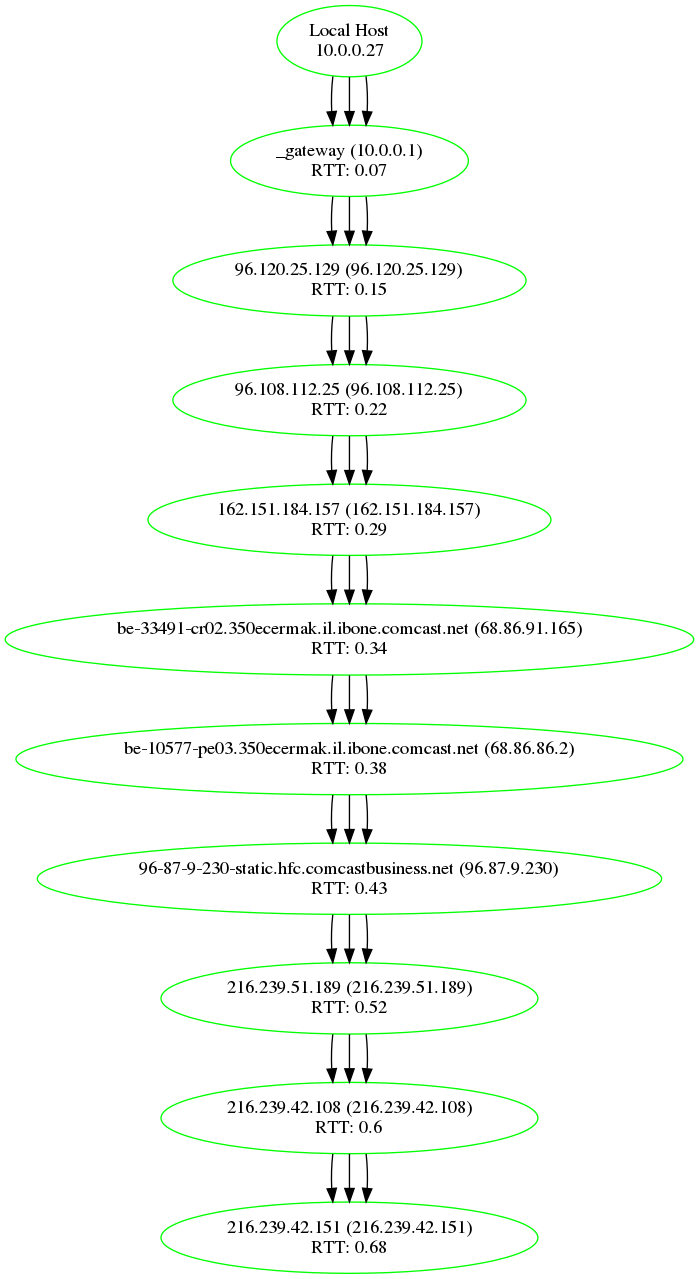
Before: graphviz/beyond_vis.gv.png, a diagram exported from Graphviz (rozelie/myNet). Its source is kept beside it as graphviz/beyond_vis.gv.
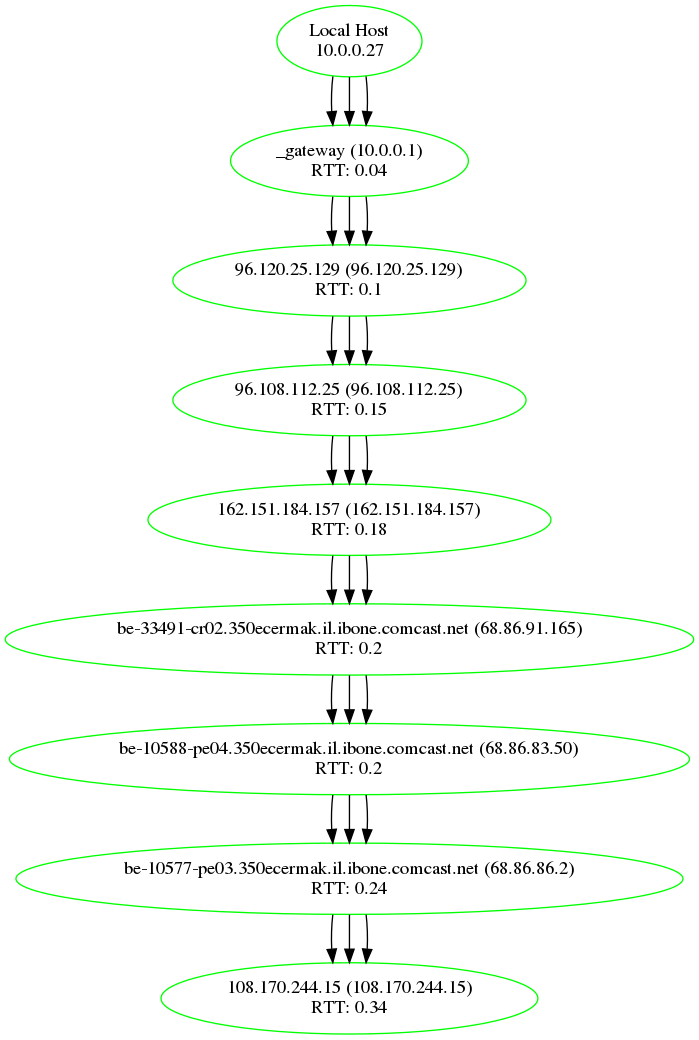
Above is the later version.

Commit message:
Fixed label issue in lan_viz

Diff of the diagram source:
```diff
@@ -3,93 +3,75 @@
 	"10.0.0.27" [label="Local Host
 10.0.0.27"]
 	"_gateway (10.0.0.1)" [label="_gateway (10.0.0.1)
-RTT: 0.07"]
+RTT: 0.04"]
 	"10.0.0.27" -> "_gateway (10.0.0.1)"
 	"96.120.25.129 (96.120.25.129)" [label="96.120.25.129 (96.120.25.129)
-RTT: 0.15"]
+RTT: 0.1"]
 	"_gateway (10.0.0.1)" -> "96.120.25.129 (96.120.25.129)"
 	"96.108.112.25 (96.108.112.25)" [label="96.108.112.25 (96.108.112.25)
-RTT: 0.22"]
+RTT: 0.16"]
 	"96.120.25.129 (96.120.25.129)" -> "96.108.112.25 (96.108.112.25)"
 	"162.151.184.157 (162.151.184.157)" [label="162.151.184.157 (162.151.184.157)
-RTT: 0.29"]
+RTT: 0.18"]
 	"96.108.112.25 (96.108.112.25)" -> "162.151.184.157 (162.151.184.157)"
 	"be-33491-cr02.350ecermak.il.ibone.comcast.net (68.86.91.165)" [label="be-33491-cr02.350ecermak.il.ibone.comcast.net (68.86.91.165)
+RTT: 0.2"]
+	"162.151.184.157 (162.151.184.157)" -> "be-33491-cr02.350ecermak.il.ibone.comcast.net (68.86.91.165)"
+	"be-10588-pe04.350ecermak.il.ibone.comcast.net (68.86.83.50)" [label="be-10588-pe04.350ecermak.il.ibone.comcast.net (68.86.83.50)
+RTT: 0.21"]
+	"be-33491-cr02.350ecermak.il.ibone.comcast.net (68.86.91.165)" -> "be-10588-pe04.350ecermak.il.ibone.comcast.net (68.86.83.50)"
+	"be-10577-pe03.350ecermak.il.ibone.comcast.net (68.86.86.2)" [label="be-10577-pe03.350ecermak.il.ibone.comcast.net (68.86.86.2)
+RTT: 0.24"]
+	"be-10588-pe04.350ecermak.il.ibone.comcast.net (68.86.83.50)" -> "be-10577-pe03.350ecermak.il.ibone.comcast.net (68.86.86.2)"
+	"108.170.244.15 (108.170.244.15)" [label="108.170.244.15 (108.170.244.15)
 RTT: 0.34"]
-	"162.151.184.157 (162.151.184.157)" -> "be-33491-cr02.350ecermak.il.ibone.comcast.net (68.86.91.165)"
-	"be-10577-pe03.350ecermak.il.ibone.comcast.net (68.86.86.2)" [label="be-10577-pe03.350ecermak.il.ibone.comcast.net (68.86.86.2)
-RTT: 0.39"]
-	"be-33491-cr02.350ecermak.il.ibone.comcast.net (68.86.91.165)" -> "be-10577-pe03.350ecermak.il.ibone.comcast.net (68.86.86.2)"
-	"96-87-9-230-static.hfc.comcastbusiness.net (96.87.9.230)" [label="96-87-9-230-static.hfc.comcastbusiness.net (96.87.9.230)
-RTT: 0.43"]
-	"be-10577-pe03.350ecermak.il.ibone.comcast.net (68.86.86.2)" -> "96-87-9-230-static.hfc.comcastbusiness.net (96.87.9.230)"
-	"216.239.51.189 (216.239.51.189)" [label="216.239.51.189 (216.239.51.189)
-RTT: 0.53"]
-	"96-87-9-230-static.hfc.comcastbusiness.net (96.87.9.230)" -> "216.239.51.189 (216.239.51.189)"
-	"216.239.42.108 (216.239.42.108)" [label="216.239.42.108 (216.239.42.108)
-RTT: 0.6"]
-	"216.239.51.189 (216.239.51.189)" -> "216.239.42.108 (216.239.42.108)"
-	"216.239.42.151 (216.239.42.151)" [label="216.239.42.151 (216.239.42.151)
-RTT: 0.68"]
-	"216.239.42.108 (216.239.42.108)" -> "216.239.42.151 (216.239.42.151)"
+	"be-10577-pe03.350ecermak.il.ibone.comcast.net (68.86.86.2)" -> "108.170.244.15 (108.170.244.15)"
 	"_gateway (10.0.0.1)" [label="_gateway (10.0.0.1)
 RTT: 0.05"]
 	"10.0.0.27" -> "_gateway (10.0.0.1)"
 	"96.120.25.129 (96.120.25.129)" [label="96.120.25.129 (96.120.25.129)
-RTT: 0.13"]
+RTT: 0.1"]
 	"_gateway (10.0.0.1)" -> "96.120.25.129 (96.120.25.129)"
 	"96.108.112.25 (96.108.112.25)" [label="96.108.112.25 (96.108.112.25)
-RTT: 0.2"]
+RTT: 0.16"]
 	"96.120.25.129 (96.120.25.129)" -> "96.108.112.25 (96.108.112.25)"
 	"162.151.184.157 (162.151.184.157)" [label="162.151.184.157 (162.151.184.157)
-RTT: 0.27"]
+RTT: 0.18"]
 	"96.108.112.25 (96.108.112.25)" -> "162.151.184.157 (162.151.184.157)"
 	"be-33491-cr02.350ecermak.il.ibone.comcast.net (68.86.91.165)" [label="be-33491-cr02.350ecermak.il.ibone.comcast.net (68.86.91.165)
-RTT: 0.32"]
+RTT: 0.21"]
 	"162.151.184.157 (162.151.184.157)" -> "be-33491-cr02.350ecermak.il.ibone.comcast.net (68.86.91.165)"
+	"be-10588-pe04.350ecermak.il.ibone.comcast.net (68.86.83.50)" [label="be-10588-pe04.350ecermak.il.ibone.comcast.net (68.86.83.50)
+RTT: 0.21"]
+	"be-33491-cr02.350ecermak.il.ibone.comcast.net (68.86.91.165)" -> "be-10588-pe04.350ecermak.il.ibone.comcast.net (68.86.83.50)"
 	"be-10577-pe03.350ecermak.il.ibone.comcast.net (68.86.86.2)" [label="be-10577-pe03.350ecermak.il.ibone.comcast.net (68.86.86.2)
-RTT: 0.36"]
-	"be-33491-cr02.350ecermak.il.ibone.comcast.net (68.86.91.165)" -> "be-10577-pe03.350ecermak.il.ibone.comcast.net (68.86.86.2)"
-	"96-87-9-230-static.hfc.comcastbusiness.net (96.87.9.230)" [label="96-87-9-230-static.hfc.comcastbusiness.net (96.87.9.230)
-RTT: 0.41"]
-	"be-10577-pe03.350ecermak.il.ibone.comcast.net (68.86.86.2)" -> "96-87-9-230-static.hfc.comcastbusiness.net (96.87.9.230)"
-	"216.239.51.189 (216.239.51.189)" [label="216.239.51.189 (216.239.51.189)
-RTT: 0.5"]
-	"96-87-9-230-static.hfc.comcastbusiness.net (96.87.9.230)" -> "216.239.51.189 (216.239.51.189)"
-	"216.239.42.108 (216.239.42.108)" [label="216.239.42.108 (216.239.42.108)
-RTT: 0.58"]
-	"216.239.51.189 (216.239.51.189)" -> "216.239.42.108 (216.239.42.108)"
-	"216.239.42.151 (216.239.42.151)" [label="216.239.42.151 (216.239.42.151)
-RTT: 0.66"]
-	"216.239.42.108 (216.239.42.108)" -> "216.239.42.151 (216.239.42.151)"
+RTT: 0.25"]
+	"be-10588-pe04.350ecermak.il.ibone.comcast.net (68.86.83.50)" -> "be-10577-pe03.350ecermak.il.ibone.comcast.net (68.86.86.2)"
+	"108.170.244.15 (108.170.244.15)" [label="108.170.244.15 (108.170.244.15)
+RTT: 0.34"]
+	"be-10577-pe03.350ecermak.il.ibone.comcast.net (68.86.86.2)" -> "108.170.244.15 (108.170.244.15)"
 	"_gateway (10.0.0.1)" [label="_gateway (10.0.0.1)
-RTT: 0.07"]
+RTT: 0.04"]
 	"10.0.0.27" -> "_gateway (10.0.0.1)"
 	"96.120.25.129 (96.120.25.129)" [label="96.120.25.129 (96.120.25.129)
-RTT: 0.15"]
+RTT: 0.1"]
 	"_gateway (10.0.0.1)" -> "96.120.25.129 (96.120.25.129)"
 	"96.108.112.25 (96.108.112.25)" [label="96.108.112.25 (96.108.112.25)
-RTT: 0.22"]
+RTT: 0.15"]
 	"96.120.25.129 (96.120.25.129)" -> "96.108.112.25 (96.108.112.25)"
 	"162.151.184.157 (162.151.184.157)" [label="162.151.184.157 (162.151.184.157)
-RTT: 0.29"]
+RTT: 0.18"]
 	"96.108.112.25 (96.108.112.25)" -> "162.151.184.157 (162.151.184.157)"
 	"be-33491-cr02.350ecermak.il.ibone.comcast.net (68.86.91.165)" [label="be-33491-cr02.350ecermak.il.ibone.comcast.net (68.86.91.165)
+RTT: 0.2"]
+	"162.151.184.157 (162.151.184.157)" -> "be-33491-cr02.350ecermak.il.ibone.comcast.net (68.86.91.165)"
+	"be-10588-pe04.350ecermak.il.ibone.comcast.net (68.86.83.50)" [label="be-10588-pe04.350ecermak.il.ibone.comcast.net (68.86.83.50)
+RTT: 0.2"]
+	"be-33491-cr02.350ecermak.il.ibone.comcast.net (68.86.91.165)" -> "be-10588-pe04.350ecermak.il.ibone.comcast.net (68.86.83.50)"
+	"be-10577-pe03.350ecermak.il.ibone.comcast.net (68.86.86.2)" [label="be-10577-pe03.350ecermak.il.ibone.comcast.net (68.86.86.2)
+RTT: 0.24"]
+	"be-10588-pe04.350ecermak.il.ibone.comcast.net (68.86.83.50)" -> "be-10577-pe03.350ecermak.il.ibone.comcast.net (68.86.86.2)"
+	"108.170.244.15 (108.170.244.15)" [label="108.170.244.15 (108.170.244.15)
 RTT: 0.34"]
-	"162.151.184.157 (162.151.184.157)" -> "be-33491-cr02.350ecermak.il.ibone.comcast.net (68.86.91.165)"
-	"be-10577-pe03.350ecermak.il.ibone.comcast.net (68.86.86.2)" [label="be-10577-pe03.350ecermak.il.ibone.comcast.net (68.86.86.2)
-RTT: 0.38"]
-	"be-33491-cr02.350ecermak.il.ibone.comcast.net (68.86.91.165)" -> "be-10577-pe03.350ecermak.il.ibone.comcast.net (68.86.86.2)"
-	"96-87-9-230-static.hfc.comcastbusiness.net (96.87.9.230)" [label="96-87-9-230-static.hfc.comcastbusiness.net (96.87.9.230)
-RTT: 0.43"]
-	"be-10577-pe03.350ecermak.il.ibone.comcast.net (68.86.86.2)" -> "96-87-9-230-static.hfc.comcastbusiness.net (96.87.9.230)"
-	"216.239.51.189 (216.239.51.189)" [label="216.239.51.189 (216.239.51.189)
-RTT: 0.52"]
-	"96-87-9-230-static.hfc.comcastbusiness.net (96.87.9.230)" -> "216.239.51.189 (216.239.51.189)"
-	"216.239.42.108 (216.239.42.108)" [label="216.239.42.108 (216.239.42.108)
-RTT: 0.6"]
-	"216.239.51.189 (216.239.51.189)" -> "216.239.42.108 (216.239.42.108)"
-	"216.239.42.151 (216.239.42.151)" [label="216.239.42.151 (216.239.42.151)
-RTT: 0.68"]
-	"216.239.42.108 (216.239.42.108)" -> "216.239.42.151 (216.239.42.151)"
+	"be-10577-pe03.350ecermak.il.ibone.comcast.net (68.86.86.2)" -> "108.170.244.15 (108.170.244.15)"
 }
```
